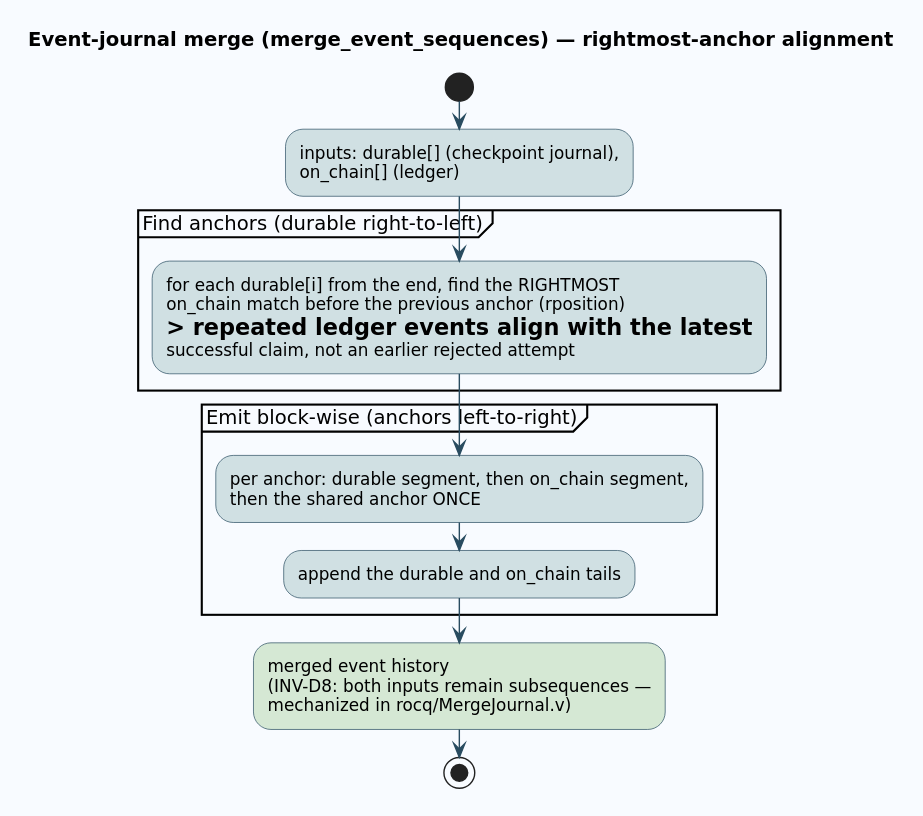
The PlantUML diagram docs/diagrams/44-event-journal-merge.svg in F1R3FLY-io/embers, before a commit.
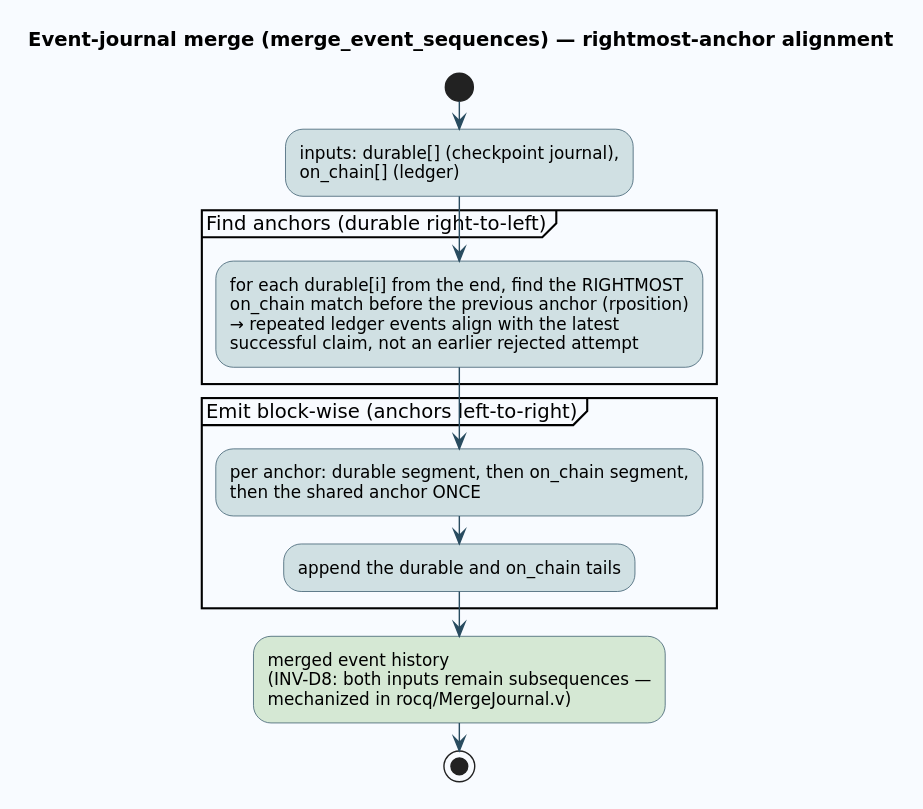
The same file after the commit.

Commit message:
docs(diagrams): fix creole heading misrender in 44-event-journal-merge

The anchor-finding note wrapped a line beginning `=> repeated ledger
events…`. PlantUML's creole reader treats a leading `=` as a heading
marker, so that line rendered as an oversized bold "> repeated ledger
events align with the latest" instead of inline prose. Replace `=>` with
the inline arrow `→` (U+2192) — a diagram glyph per the docs guidelines,
and not a creole marker — so the sentence renders at normal weight.

Re-rendered; `cargo make docs-check` passes.

Change to the diagram source:
```diff
@@ -15,7 +15,7 @@
 start
 :inputs: durable[] (checkpoint journal),\non_chain[] (ledger);
 partition "Find anchors (durable right-to-left)" {
-  :for each durable[i] from the end, find the RIGHTMOST\non_chain match before the previous anchor (rposition)\n=> repeated ledger events align with the latest\nsuccessful claim, not an earlier rejected attempt;
+  :for each durable[i] from the end, find the RIGHTMOST\non_chain match before the previous anchor (rposition)\n→ repeated ledger events align with the latest\nsuccessful claim, not an earlier rejected attempt;
 }
 partition "Emit block-wise (anchors left-to-right)" {
   :per anchor: durable segment, then on_chain segment,\nthen the shared anchor ONCE;
```
